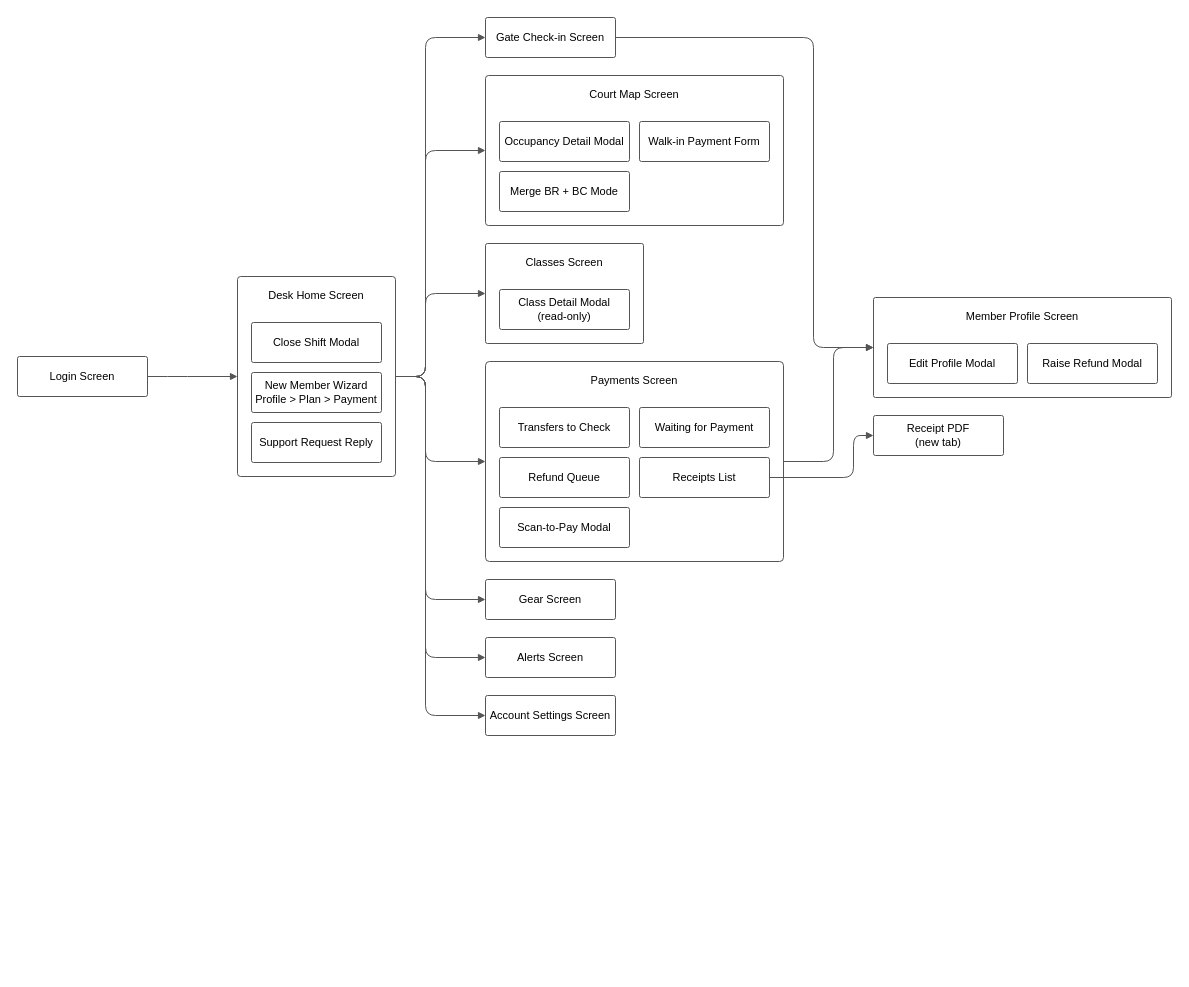
Earlier version of the draw.io diagram page "Receptionist (Desk)" (3 of 5) of docs/drawio/Arena3-ScreensFlow-ALL.drawio (thanhsu263/sport-center-management-system). Source tidied: cells renumbered, new cells numbered last; positions are measured from the earlier drawing's top-left corner, leaving out a move shared by most shapes. Both pictures are drawn from the tidied source at 100%, with x=0, y=0 at pixel (17, 17).
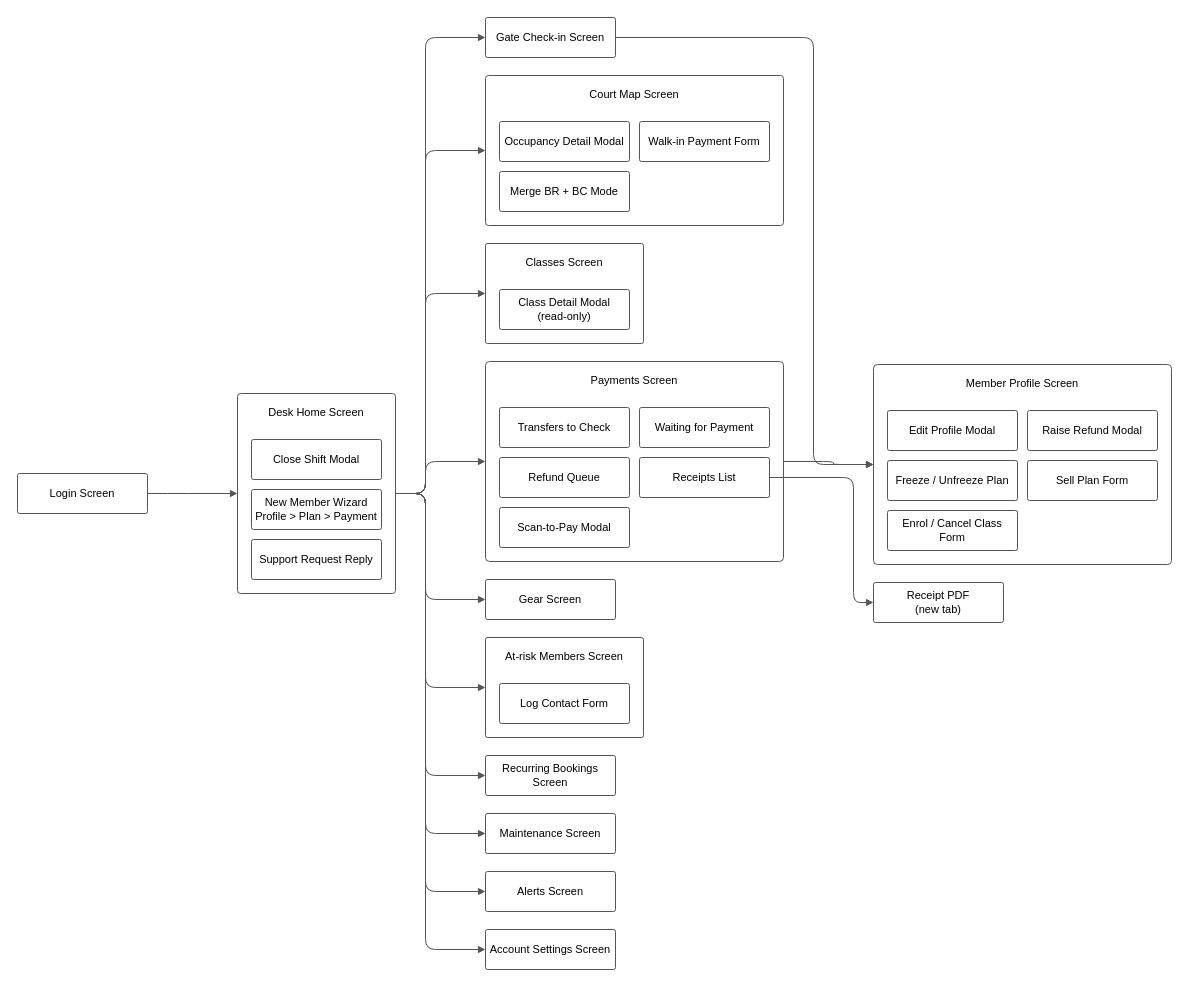
Above is the later version.

Unchanged cells that the change refers to:
```xml
<mxCell id="7" value="Gate Check-in Screen" style="rounded=1;arcSize=5;whiteSpace=wrap;html=1;fillColor=#ffffff;strokeColor=#555555;strokeWidth=1;fontSize=11;fontFamily=Arial;shadow=0;" parent="1" vertex="1">
  <mxGeometry x="468" width="130" height="40" as="geometry" />
</mxCell>
<mxCell id="8" value="Court Map Screen" style="rounded=1;arcSize=2;whiteSpace=wrap;html=1;fillColor=#ffffff;strokeColor=#555555;strokeWidth=1;verticalAlign=top;align=center;spacingTop=6;fontStyle=0;fontSize=11;fontFamily=Arial;" parent="1" vertex="1">
  <mxGeometry x="468" y="58" width="298" height="150" as="geometry" />
</mxCell>
<mxCell id="12" value="Classes Screen" style="rounded=1;arcSize=2;whiteSpace=wrap;html=1;fillColor=#ffffff;strokeColor=#555555;strokeWidth=1;verticalAlign=top;align=center;spacingTop=6;fontStyle=0;fontSize=11;fontFamily=Arial;" parent="1" vertex="1">
  <mxGeometry x="468" y="226" width="158" height="100" as="geometry" />
</mxCell>
<mxCell id="14" value="Payments Screen" style="rounded=1;arcSize=2;whiteSpace=wrap;html=1;fillColor=#ffffff;strokeColor=#555555;strokeWidth=1;verticalAlign=top;align=center;spacingTop=6;fontStyle=0;fontSize=11;fontFamily=Arial;" parent="1" vertex="1">
  <mxGeometry x="468" y="344" width="298" height="200" as="geometry" />
</mxCell>
<mxCell id="18" value="Receipts List" style="rounded=1;arcSize=5;whiteSpace=wrap;html=1;fillColor=#ffffff;strokeColor=#555555;strokeWidth=1;fontSize=11;fontFamily=Arial;shadow=0;" parent="14" vertex="1">
  <mxGeometry x="154" y="96" width="130" height="40" as="geometry" />
</mxCell>
<mxCell id="20" value="Gear Screen" style="rounded=1;arcSize=5;whiteSpace=wrap;html=1;fillColor=#ffffff;strokeColor=#555555;strokeWidth=1;fontSize=11;fontFamily=Arial;shadow=0;" parent="1" vertex="1">
  <mxGeometry x="468" y="562" width="130" height="40" as="geometry" />
</mxCell>
```

Diff of the diagram source:
```diff
@@
     <mxCell id="2" value="Login Screen" style="rounded=1;arcSize=5;whiteSpace=wrap;html=1;fillColor=#ffffff;strokeColor=#555555;strokeWidth=1;fontSize=11;fontFamily=Arial;shadow=0;" parent="1" vertex="1">
-      <mxGeometry y="339" width="130" height="40" as="geometry" />
+      <mxGeometry y="456" width="130" height="40" as="geometry" />
     </mxCell>
     <mxCell id="3" value="Desk Home Screen" style="rounded=1;arcSize=2;whiteSpace=wrap;html=1;fillColor=#ffffff;strokeColor=#555555;strokeWidth=1;verticalAlign=top;align=center;spacingTop=6;fontStyle=0;fontSize=11;fontFamily=Arial;" parent="1" vertex="1">
-      <mxGeometry x="220" y="259" width="158" height="200" as="geometry" />
+      <mxGeometry x="220" y="376" width="158" height="200" as="geometry" />
     </mxCell>
@@
+    <mxCell id="38" value="At-risk Members Screen" style="rounded=1;arcSize=2;whiteSpace=wrap;html=1;fillColor=#ffffff;strokeColor=#555555;strokeWidth=1;verticalAlign=top;align=center;spacingTop=6;fontStyle=0;fontSize=11;fontFamily=Arial;" parent="1" vertex="1">
+      <mxGeometry x="468" y="620" width="158" height="100" as="geometry" />
+    </mxCell>
+    <mxCell id="39" value="Log Contact Form" style="rounded=1;arcSize=5;whiteSpace=wrap;html=1;fillColor=#ffffff;strokeColor=#555555;strokeWidth=1;fontSize=11;fontFamily=Arial;shadow=0;" parent="38" vertex="1">
+      <mxGeometry x="14" y="46" width="130" height="40" as="geometry" />
+    </mxCell>
+    <mxCell id="40" value="Recurring Bookings Screen" style="rounded=1;arcSize=5;whiteSpace=wrap;html=1;fillColor=#ffffff;strokeColor=#555555;strokeWidth=1;fontSize=11;fontFamily=Arial;shadow=0;" parent="1" vertex="1">
+      <mxGeometry x="468" y="738" width="130" height="40" as="geometry" />
+    </mxCell>
+    <mxCell id="41" value="Maintenance Screen" style="rounded=1;arcSize=5;whiteSpace=wrap;html=1;fillColor=#ffffff;strokeColor=#555555;strokeWidth=1;fontSize=11;fontFamily=Arial;shadow=0;" parent="1" vertex="1">
+      <mxGeometry x="468" y="796" width="130" height="40" as="geometry" />
+    </mxCell>
     <mxCell id="21" value="Alerts Screen" style="rounded=1;arcSize=5;whiteSpace=wrap;html=1;fillColor=#ffffff;strokeColor=#555555;strokeWidth=1;fontSize=11;fontFamily=Arial;shadow=0;" parent="1" vertex="1">
-      <mxGeometry x="468" y="620" width="130" height="40" as="geometry" />
+      <mxGeometry x="468" y="854" width="130" height="40" as="geometry" />
     </mxCell>
     <mxCell id="22" value="Account Settings Screen" style="rounded=1;arcSize=5;whiteSpace=wrap;html=1;fillColor=#ffffff;strokeColor=#555555;strokeWidth=1;fontSize=11;fontFamily=Arial;shadow=0;" parent="1" vertex="1">
-      <mxGeometry x="468" y="678" width="130" height="40" as="geometry" />
+      <mxGeometry x="468" y="912" width="130" height="40" as="geometry" />
     </mxCell>
     <mxCell id="23" value="Member Profile Screen" style="rounded=1;arcSize=2;whiteSpace=wrap;html=1;fillColor=#ffffff;strokeColor=#555555;strokeWidth=1;verticalAlign=top;align=center;spacingTop=6;fontStyle=0;fontSize=11;fontFamily=Arial;" parent="1" vertex="1">
-      <mxGeometry x="856" y="280" width="298" height="100" as="geometry" />
+      <mxGeometry x="856" y="347" width="298" height="200" as="geometry" />
     </mxCell>
@@
+    <mxCell id="42" value="Freeze / Unfreeze Plan" style="rounded=1;arcSize=5;whiteSpace=wrap;html=1;fillColor=#ffffff;strokeColor=#555555;strokeWidth=1;fontSize=11;fontFamily=Arial;shadow=0;" parent="23" vertex="1">
+      <mxGeometry x="14" y="96" width="130" height="40" as="geometry" />
+    </mxCell>
+    <mxCell id="43" value="Sell Plan Form" style="rounded=1;arcSize=5;whiteSpace=wrap;html=1;fillColor=#ffffff;strokeColor=#555555;strokeWidth=1;fontSize=11;fontFamily=Arial;shadow=0;" parent="23" vertex="1">
+      <mxGeometry x="154" y="96" width="130" height="40" as="geometry" />
+    </mxCell>
+    <mxCell id="44" value="Enrol / Cancel Class Form" style="rounded=1;arcSize=5;whiteSpace=wrap;html=1;fillColor=#ffffff;strokeColor=#555555;strokeWidth=1;fontSize=11;fontFamily=Arial;shadow=0;" parent="23" vertex="1">
+      <mxGeometry x="14" y="146" width="130" height="40" as="geometry" />
+    </mxCell>
     <mxCell id="26" value="Receipt PDF&lt;br&gt;(new tab)" style="rounded=1;arcSize=5;whiteSpace=wrap;html=1;fillColor=#ffffff;strokeColor=#555555;strokeWidth=1;fontSize=11;fontFamily=Arial;shadow=0;" parent="1" vertex="1">
-      <mxGeometry x="856" y="398" width="130" height="40" as="geometry" />
+      <mxGeometry x="856" y="565" width="130" height="40" as="geometry" />
     </mxCell>
     <mxCell id="27" style="edgeStyle=orthogonalEdgeStyle;rounded=1;html=1;endArrow=block;endFill=1;endSize=5;strokeColor=#555555;strokeWidth=1;fontSize=11;fontFamily=Arial;labelBackgroundColor=#ffffff;exitX=1;exitY=0.5;entryX=0;entryY=0.5;" parent="1" edge="1" source="2" target="3">
       <mxGeometry relative="1" as="geometry">
         <Array as="points">
-          <mxPoint x="160" y="359" />
-          <mxPoint x="160" y="359" />
+          <mxPoint x="160" y="476" />
+          <mxPoint x="160" y="476" />
         </Array>
       </mxGeometry>
     </mxCell>
     <mxCell id="28" style="edgeStyle=orthogonalEdgeStyle;rounded=1;html=1;endArrow=block;endFill=1;endSize=5;strokeColor=#555555;strokeWidth=1;fontSize=11;fontFamily=Arial;labelBackgroundColor=#ffffff;exitX=1;exitY=0.5;entryX=0;entryY=0.5;" parent="1" edge="1" source="3" target="7">
       <mxGeometry relative="1" as="geometry">
         <Array as="points">
-          <mxPoint x="408" y="359" />
+          <mxPoint x="408" y="476" />
           <mxPoint x="408" y="20" />
         </Array>
       </mxGeometry>
     </mxCell>
     <mxCell id="29" style="edgeStyle=orthogonalEdgeStyle;rounded=1;html=1;endArrow=block;endFill=1;endSize=5;strokeColor=#555555;strokeWidth=1;fontSize=11;fontFamily=Arial;labelBackgroundColor=#ffffff;exitX=1;exitY=0.5;entryX=0;entryY=0.5;" parent="1" edge="1" source="3" target="8">
       <mxGeometry relative="1" as="geometry">
         <Array as="points">
-          <mxPoint x="408" y="359" />
+          <mxPoint x="408" y="476" />
           <mxPoint x="408" y="133" />
         </Array>
       </mxGeometry>
     </mxCell>
     <mxCell id="30" style="edgeStyle=orthogonalEdgeStyle;rounded=1;html=1;endArrow=block;endFill=1;endSize=5;strokeColor=#555555;strokeWidth=1;fontSize=11;fontFamily=Arial;labelBackgroundColor=#ffffff;exitX=1;exitY=0.5;entryX=0;entryY=0.5;" parent="1" edge="1" source="3" target="12">
       <mxGeometry relative="1" as="geometry">
         <Array as="points">
-          <mxPoint x="408" y="359" />
+          <mxPoint x="408" y="476" />
           <mxPoint x="408" y="276" />
         </Array>
       </mxGeometry>
     </mxCell>
     <mxCell id="31" style="edgeStyle=orthogonalEdgeStyle;rounded=1;html=1;endArrow=block;endFill=1;endSize=5;strokeColor=#555555;strokeWidth=1;fontSize=11;fontFamily=Arial;labelBackgroundColor=#ffffff;exitX=1;exitY=0.5;entryX=0;entryY=0.5;" parent="1" edge="1" source="3" target="14">
       <mxGeometry relative="1" as="geometry">
         <Array as="points">
-          <mxPoint x="408" y="359" />
+          <mxPoint x="408" y="476" />
           <mxPoint x="408" y="444" />
         </Array>
       </mxGeometry>
     </mxCell>
     <mxCell id="32" style="edgeStyle=orthogonalEdgeStyle;rounded=1;html=1;endArrow=block;endFill=1;endSize=5;strokeColor=#555555;strokeWidth=1;fontSize=11;fontFamily=Arial;labelBackgroundColor=#ffffff;exitX=1;exitY=0.5;entryX=0;entryY=0.5;" parent="1" edge="1" source="3" target="20">
       <mxGeometry relative="1" as="geometry">
         <Array as="points">
-          <mxPoint x="408" y="359" />
+          <mxPoint x="408" y="476" />
           <mxPoint x="408" y="582" />
         </Array>
       </mxGeometry>
     </mxCell>
-    <mxCell id="33" style="edgeStyle=orthogonalEdgeStyle;rounded=1;html=1;endArrow=block;endFill=1;endSize=5;strokeColor=#555555;strokeWidth=1;fontSize=11;fontFamily=Arial;labelBackgroundColor=#ffffff;exitX=1;exitY=0.5;entryX=0;entryY=0.5;" parent="1" edge="1" source="3" target="21">
+    <mxCell id="33" style="edgeStyle=orthogonalEdgeStyle;rounded=1;html=1;endArrow=block;endFill=1;endSize=5;strokeColor=#555555;strokeWidth=1;fontSize=11;fontFamily=Arial;labelBackgroundColor=#ffffff;exitX=1;exitY=0.5;entryX=0;entryY=0.5;" parent="1" edge="1" source="3" target="38">
       <mxGeometry relative="1" as="geometry">
         <Array as="points">
-          <mxPoint x="408" y="359" />
-          <mxPoint x="408" y="640" />
+          <mxPoint x="408" y="476" />
+          <mxPoint x="408" y="670" />
         </Array>
       </mxGeometry>
     </mxCell>
-    <mxCell id="34" style="edgeStyle=orthogonalEdgeStyle;rounded=1;html=1;endArrow=block;endFill=1;endSize=5;strokeColor=#555555;strokeWidth=1;fontSize=11;fontFamily=Arial;labelBackgroundColor=#ffffff;exitX=1;exitY=0.5;entryX=0;entryY=0.5;" parent="1" edge="1" source="3" target="22">
+    <mxCell id="34" style="edgeStyle=orthogonalEdgeStyle;rounded=1;html=1;endArrow=block;endFill=1;endSize=5;strokeColor=#555555;strokeWidth=1;fontSize=11;fontFamily=Arial;labelBackgroundColor=#ffffff;exitX=1;exitY=0.5;entryX=0;entryY=0.5;" parent="1" edge="1" source="3" target="40">
       <mxGeometry relative="1" as="geometry">
         <Array as="points">
-          <mxPoint x="408" y="359" />
-          <mxPoint x="408" y="698" />
+          <mxPoint x="408" y="476" />
+          <mxPoint x="408" y="758" />
         </Array>
       </mxGeometry>
     </mxCell>
-    <mxCell id="35" style="edgeStyle=orthogonalEdgeStyle;rounded=1;html=1;endArrow=block;endFill=1;endSize=5;strokeColor=#555555;strokeWidth=1;fontSize=11;fontFamily=Arial;labelBackgroundColor=#ffffff;exitX=1;exitY=0.5;entryX=0;entryY=0.5;" parent="1" edge="1" source="7" target="23">
+    <mxCell id="35" style="edgeStyle=orthogonalEdgeStyle;rounded=1;html=1;endArrow=block;endFill=1;endSize=5;strokeColor=#555555;strokeWidth=1;fontSize=11;fontFamily=Arial;labelBackgroundColor=#ffffff;exitX=1;exitY=0.5;entryX=0;entryY=0.5;" parent="1" edge="1" source="3" target="41">
       <mxGeometry relative="1" as="geometry">
         <Array as="points">
-          <mxPoint x="796" y="20" />
-          <mxPoint x="796" y="330" />
+          <mxPoint x="408" y="476" />
+          <mxPoint x="408" y="816" />
         </Array>
       </mxGeometry>
     </mxCell>
-    <mxCell id="36" style="edgeStyle=orthogonalEdgeStyle;rounded=1;html=1;endArrow=block;endFill=1;endSize=5;strokeColor=#555555;strokeWidth=1;fontSize=11;fontFamily=Arial;labelBackgroundColor=#ffffff;exitX=1;exitY=0.5;entryX=0;entryY=0.5;" parent="1" edge="1" source="14" target="23">
+    <mxCell id="36" style="edgeStyle=orthogonalEdgeStyle;rounded=1;html=1;endArrow=block;endFill=1;endSize=5;strokeColor=#555555;strokeWidth=1;fontSize=11;fontFamily=Arial;labelBackgroundColor=#ffffff;exitX=1;exitY=0.5;entryX=0;entryY=0.5;" parent="1" edge="1" source="3" target="21">
       <mxGeometry relative="1" as="geometry">
         <Array as="points">
-          <mxPoint x="816" y="444" />
-          <mxPoint x="816" y="330" />
+          <mxPoint x="408" y="476" />
+          <mxPoint x="408" y="874" />
         </Array>
       </mxGeometry>
     </mxCell>
-    <mxCell id="37" style="edgeStyle=orthogonalEdgeStyle;rounded=1;html=1;endArrow=block;endFill=1;endSize=5;strokeColor=#555555;strokeWidth=1;fontSize=11;fontFamily=Arial;labelBackgroundColor=#ffffff;exitX=1;exitY=0.5;entryX=0;entryY=0.5;" parent="1" edge="1" source="18" target="26">
+    <mxCell id="37" style="edgeStyle=orthogonalEdgeStyle;rounded=1;html=1;endArrow=block;endFill=1;endSize=5;strokeColor=#555555;strokeWidth=1;fontSize=11;fontFamily=Arial;labelBackgroundColor=#ffffff;exitX=1;exitY=0.5;entryX=0;entryY=0.5;" parent="1" edge="1" source="3" target="22">
       <mxGeometry relative="1" as="geometry">
         <Array as="points">
-          <mxPoint x="836" y="460" />
-          <mxPoint x="836" y="418" />
+          <mxPoint x="408" y="476" />
+          <mxPoint x="408" y="932" />
         </Array>
       </mxGeometry>
     </mxCell>
+    <mxCell id="45" style="edgeStyle=orthogonalEdgeStyle;rounded=1;html=1;endArrow=block;endFill=1;endSize=5;strokeColor=#555555;strokeWidth=1;fontSize=11;fontFamily=Arial;labelBackgroundColor=#ffffff;exitX=1;exitY=0.5;entryX=0;entryY=0.5;" parent="1" edge="1" source="7" target="23">
+      <mxGeometry relative="1" as="geometry">
+        <Array as="points">
+          <mxPoint x="796" y="20" />
+          <mxPoint x="796" y="447" />
+        </Array>
+      </mxGeometry>
+    </mxCell>
+    <mxCell id="46" style="edgeStyle=orthogonalEdgeStyle;rounded=1;html=1;endArrow=block;endFill=1;endSize=5;strokeColor=#555555;strokeWidth=1;fontSize=11;fontFamily=Arial;labelBackgroundColor=#ffffff;exitX=1;exitY=0.5;entryX=0;entryY=0.5;" parent="1" edge="1" source="14" target="23">
+      <mxGeometry relative="1" as="geometry">
+        <Array as="points">
+          <mxPoint x="816" y="444" />
+          <mxPoint x="816" y="447" />
+        </Array>
+      </mxGeometry>
+    </mxCell>
+    <mxCell id="47" style="edgeStyle=orthogonalEdgeStyle;rounded=1;html=1;endArrow=block;endFill=1;endSize=5;strokeColor=#555555;strokeWidth=1;fontSize=11;fontFamily=Arial;labelBackgroundColor=#ffffff;exitX=1;exitY=0.5;entryX=0;entryY=0.5;" parent="1" edge="1" source="18" target="26">
+      <mxGeometry relative="1" as="geometry">
+        <Array as="points">
+          <mxPoint x="836" y="460" />
+          <mxPoint x="836" y="585" />
+        </Array>
+      </mxGeometry>
+    </mxCell>
```
